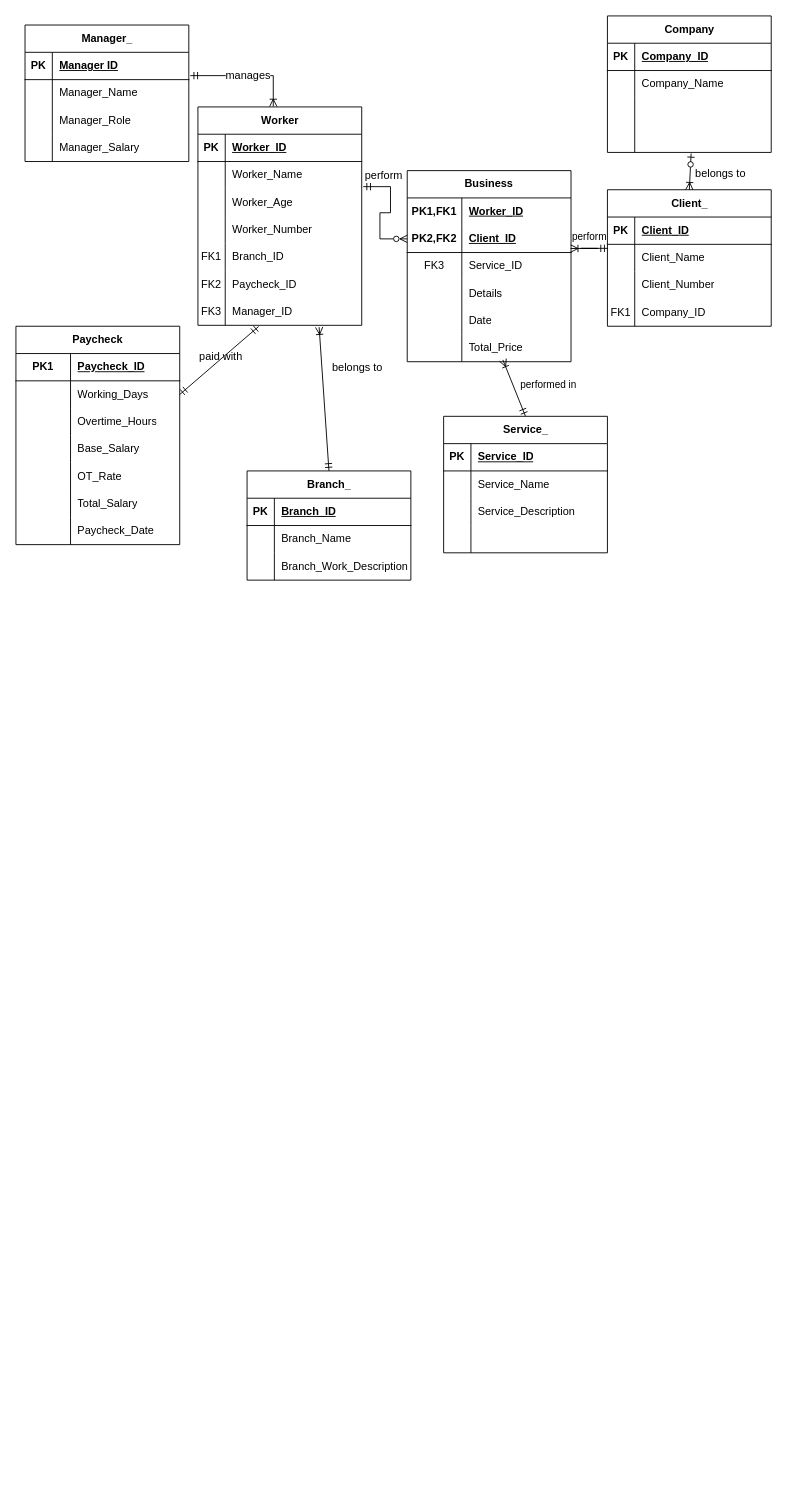
Before: wia2001assg.drawio in justn0thinghere/drawio, a draw.io diagram. Source tidied: cells renumbered, new cells numbered last; positions are measured from the earlier drawing's top-left corner, leaving out a move shared by most shapes. Both pictures are drawn from the tidied source at 91%, with x=0, y=0 at pixel (15, 15).
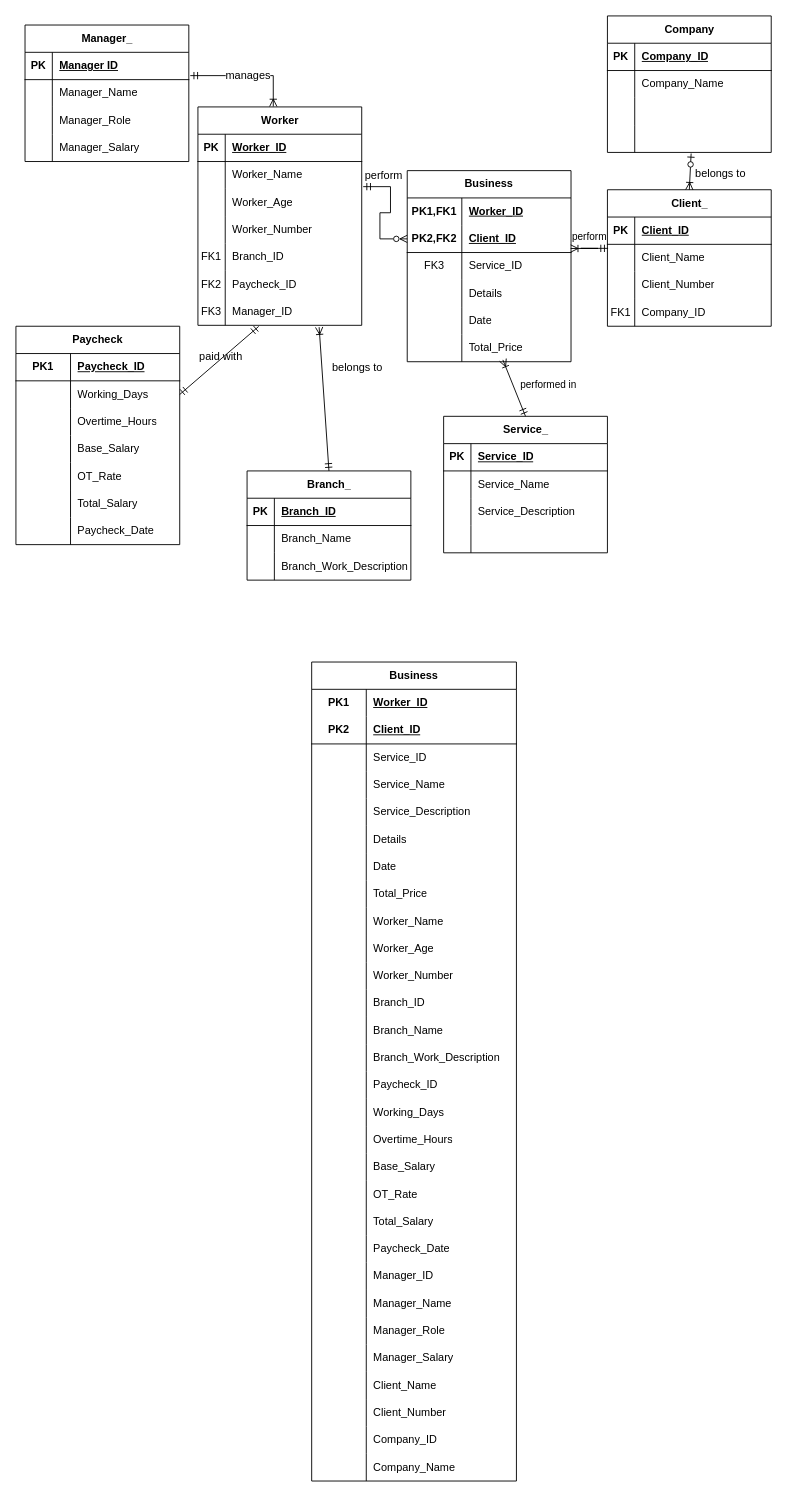
The same page after the edit.

Change to the diagram source:
```diff
@@
+    <mxCell id="140" value="Business" style="shape=table;startSize=30;childLayout=tableLayout;rowLines=0;fontStyle=1;align=center;html=1;whiteSpace=wrap;" parent="1" vertex="1">
+      <mxGeometry x="325" y="710" width="225" height="900" as="geometry" />
+    </mxCell>
+    <mxCell id="141" style="shape=tableRow;horizontal=0;startSize=0;swimlaneHead=0;swimlaneBody=0;fillColor=none;top=0;left=0;right=0;bottom=0;html=1;" parent="140" vertex="1">
+      <mxGeometry y="30" width="225" height="30" as="geometry" />
+    </mxCell>
+    <mxCell id="142" value="PK1" style="shape=partialRectangle;fillColor=none;top=0;left=0;bottom=0;right=0;fontStyle=1;overflow=hidden;html=1;whiteSpace=wrap;" parent="141" vertex="1">
+      <mxGeometry width="60" height="30" as="geometry" />
+    </mxCell>
+    <mxCell id="143" value="Worker_ID" style="shape=partialRectangle;fillColor=none;top=0;left=0;bottom=0;right=0;align=left;spacingLeft=6;fontStyle=5;overflow=hidden;html=1;whiteSpace=wrap;" parent="141" vertex="1">
+      <mxGeometry x="60" width="165" height="30" as="geometry" />
+    </mxCell>
+    <mxCell id="144" style="shape=tableRow;horizontal=0;startSize=0;swimlaneHead=0;swimlaneBody=0;fillColor=none;top=0;left=0;right=0;bottom=1;html=1;" parent="140" vertex="1">
+      <mxGeometry y="60" width="225" height="30" as="geometry" />
+    </mxCell>
+    <mxCell id="145" value="PK2" style="shape=partialRectangle;fillColor=none;top=0;left=0;bottom=0;right=0;fontStyle=1;overflow=hidden;html=1;whiteSpace=wrap;" parent="144" vertex="1">
+      <mxGeometry width="60" height="30" as="geometry" />
+    </mxCell>
+    <mxCell id="146" value="Client_ID" style="shape=partialRectangle;fillColor=none;top=0;left=0;bottom=0;right=0;align=left;spacingLeft=6;fontStyle=5;overflow=hidden;html=1;whiteSpace=wrap;" parent="144" vertex="1">
+      <mxGeometry x="60" width="165" height="30" as="geometry" />
+    </mxCell>
+    <mxCell id="147" style="shape=tableRow;horizontal=0;startSize=0;swimlaneHead=0;swimlaneBody=0;fillColor=none;top=0;left=0;right=0;bottom=0;html=1;" parent="140" vertex="1">
+      <mxGeometry y="90" width="225" height="30" as="geometry" />
+    </mxCell>
+    <mxCell id="148" style="shape=partialRectangle;fillColor=none;top=0;left=0;bottom=0;right=0;overflow=hidden;html=1;whiteSpace=wrap;" parent="147" vertex="1">
+      <mxGeometry width="60" height="30" as="geometry" />
+    </mxCell>
+    <mxCell id="149" value="Service_ID" style="shape=partialRectangle;fillColor=none;top=0;left=0;bottom=0;right=0;align=left;spacingLeft=6;overflow=hidden;html=1;whiteSpace=wrap;" parent="147" vertex="1">
+      <mxGeometry x="60" width="165" height="30" as="geometry" />
+    </mxCell>
+    <mxCell id="150" style="shape=tableRow;horizontal=0;startSize=0;swimlaneHead=0;swimlaneBody=0;fillColor=none;top=0;left=0;right=0;bottom=0;html=1;" parent="140" vertex="1">
+      <mxGeometry y="120" width="225" height="30" as="geometry" />
+    </mxCell>
+    <mxCell id="151" style="shape=partialRectangle;fillColor=none;top=0;left=0;bottom=0;right=0;overflow=hidden;html=1;whiteSpace=wrap;" parent="150" vertex="1">
+      <mxGeometry width="60" height="30" as="geometry" />
+    </mxCell>
+    <mxCell id="152" value="Service_Name" style="shape=partialRectangle;fillColor=none;top=0;left=0;bottom=0;right=0;align=left;spacingLeft=6;overflow=hidden;html=1;whiteSpace=wrap;" parent="150" vertex="1">
+      <mxGeometry x="60" width="165" height="30" as="geometry" />
+    </mxCell>
+    <mxCell id="153" style="shape=tableRow;horizontal=0;startSize=0;swimlaneHead=0;swimlaneBody=0;fillColor=none;top=0;left=0;right=0;bottom=0;html=1;" parent="140" vertex="1">
+      <mxGeometry y="150" width="225" height="30" as="geometry" />
+    </mxCell>
+    <mxCell id="154" style="shape=partialRectangle;fillColor=none;top=0;left=0;bottom=0;right=0;overflow=hidden;html=1;whiteSpace=wrap;" parent="153" vertex="1">
+      <mxGeometry width="60" height="30" as="geometry" />
+    </mxCell>
+    <mxCell id="155" value="Service_Description" style="shape=partialRectangle;fillColor=none;top=0;left=0;bottom=0;right=0;align=left;spacingLeft=6;overflow=hidden;html=1;whiteSpace=wrap;" parent="153" vertex="1">
+      <mxGeometry x="60" width="165" height="30" as="geometry" />
+    </mxCell>
+    <mxCell id="156" style="shape=tableRow;horizontal=0;startSize=0;swimlaneHead=0;swimlaneBody=0;fillColor=none;top=0;left=0;right=0;bottom=0;html=1;" parent="140" vertex="1">
+      <mxGeometry y="180" width="225" height="30" as="geometry" />
+    </mxCell>
+    <mxCell id="157" style="shape=partialRectangle;fillColor=none;top=0;left=0;bottom=0;right=0;overflow=hidden;html=1;whiteSpace=wrap;" parent="156" vertex="1">
+      <mxGeometry width="60" height="30" as="geometry" />
+    </mxCell>
+    <mxCell id="158" value="Details" style="shape=partialRectangle;fillColor=none;top=0;left=0;bottom=0;right=0;align=left;spacingLeft=6;overflow=hidden;html=1;whiteSpace=wrap;" parent="156" vertex="1">
+      <mxGeometry x="60" width="165" height="30" as="geometry" />
+    </mxCell>
+    <mxCell id="159" style="shape=tableRow;horizontal=0;startSize=0;swimlaneHead=0;swimlaneBody=0;fillColor=none;top=0;left=0;right=0;bottom=0;html=1;" parent="140" vertex="1">
+      <mxGeometry y="210" width="225" height="30" as="geometry" />
+    </mxCell>
+    <mxCell id="160" style="shape=partialRectangle;fillColor=none;top=0;left=0;bottom=0;right=0;overflow=hidden;html=1;whiteSpace=wrap;" parent="159" vertex="1">
+      <mxGeometry width="60" height="30" as="geometry" />
+    </mxCell>
+    <mxCell id="161" value="Date" style="shape=partialRectangle;fillColor=none;top=0;left=0;bottom=0;right=0;align=left;spacingLeft=6;overflow=hidden;html=1;whiteSpace=wrap;" parent="159" vertex="1">
+      <mxGeometry x="60" width="165" height="30" as="geometry" />
+    </mxCell>
+    <mxCell id="162" style="shape=tableRow;horizontal=0;startSize=0;swimlaneHead=0;swimlaneBody=0;fillColor=none;top=0;left=0;right=0;bottom=0;html=1;" parent="140" vertex="1">
+      <mxGeometry y="240" width="225" height="30" as="geometry" />
+    </mxCell>
+    <mxCell id="163" style="shape=partialRectangle;fillColor=none;top=0;left=0;bottom=0;right=0;overflow=hidden;html=1;whiteSpace=wrap;" parent="162" vertex="1">
+      <mxGeometry width="60" height="30" as="geometry" />
+    </mxCell>
+    <mxCell id="164" value="Total_Price" style="shape=partialRectangle;fillColor=none;top=0;left=0;bottom=0;right=0;align=left;spacingLeft=6;overflow=hidden;html=1;whiteSpace=wrap;" parent="162" vertex="1">
+      <mxGeometry x="60" width="165" height="30" as="geometry" />
+    </mxCell>
+    <mxCell id="165" style="shape=tableRow;horizontal=0;startSize=0;swimlaneHead=0;swimlaneBody=0;fillColor=none;top=0;left=0;right=0;bottom=0;html=1;" parent="140" vertex="1">
+      <mxGeometry y="270" width="225" height="30" as="geometry" />
+    </mxCell>
+    <mxCell id="166" style="shape=partialRectangle;fillColor=none;top=0;left=0;bottom=0;right=0;overflow=hidden;html=1;whiteSpace=wrap;" parent="165" vertex="1">
+      <mxGeometry width="60" height="30" as="geometry" />
+    </mxCell>
+    <mxCell id="167" value="Worker_Name" style="shape=partialRectangle;fillColor=none;top=0;left=0;bottom=0;right=0;align=left;spacingLeft=6;overflow=hidden;html=1;whiteSpace=wrap;" parent="165" vertex="1">
+      <mxGeometry x="60" width="165" height="30" as="geometry" />
+    </mxCell>
+    <mxCell id="168" style="shape=tableRow;horizontal=0;startSize=0;swimlaneHead=0;swimlaneBody=0;fillColor=none;top=0;left=0;right=0;bottom=0;html=1;" parent="140" vertex="1">
+      <mxGeometry y="300" width="225" height="30" as="geometry" />
+    </mxCell>
+    <mxCell id="169" style="shape=partialRectangle;fillColor=none;top=0;left=0;bottom=0;right=0;overflow=hidden;html=1;whiteSpace=wrap;" parent="168" vertex="1">
+      <mxGeometry width="60" height="30" as="geometry" />
+    </mxCell>
+    <mxCell id="170" value="Worker_Age" style="shape=partialRectangle;fillColor=none;top=0;left=0;bottom=0;right=0;align=left;spacingLeft=6;overflow=hidden;html=1;whiteSpace=wrap;" parent="168" vertex="1">
+      <mxGeometry x="60" width="165" height="30" as="geometry" />
+    </mxCell>
+    <mxCell id="171" style="shape=tableRow;horizontal=0;startSize=0;swimlaneHead=0;swimlaneBody=0;fillColor=none;top=0;left=0;right=0;bottom=0;html=1;" parent="140" vertex="1">
+      <mxGeometry y="330" width="225" height="30" as="geometry" />
+    </mxCell>
+    <mxCell id="172" style="shape=partialRectangle;fillColor=none;top=0;left=0;bottom=0;right=0;overflow=hidden;html=1;whiteSpace=wrap;" parent="171" vertex="1">
+      <mxGeometry width="60" height="30" as="geometry" />
+    </mxCell>
+    <mxCell id="173" value="Worker_Number" style="shape=partialRectangle;fillColor=none;top=0;left=0;bottom=0;right=0;align=left;spacingLeft=6;overflow=hidden;html=1;whiteSpace=wrap;" parent="171" vertex="1">
+      <mxGeometry x="60" width="165" height="30" as="geometry" />
+    </mxCell>
+    <mxCell id="174" style="shape=tableRow;horizontal=0;startSize=0;swimlaneHead=0;swimlaneBody=0;fillColor=none;top=0;left=0;right=0;bottom=0;html=1;" parent="140" vertex="1">
+      <mxGeometry y="360" width="225" height="30" as="geometry" />
+    </mxCell>
+    <mxCell id="175" style="shape=partialRectangle;fillColor=none;top=0;left=0;bottom=0;right=0;overflow=hidden;html=1;whiteSpace=wrap;" parent="174" vertex="1">
+      <mxGeometry width="60" height="30" as="geometry" />
+    </mxCell>
+    <mxCell id="176" value="Branch_ID" style="shape=partialRectangle;fillColor=none;top=0;left=0;bottom=0;right=0;align=left;spacingLeft=6;overflow=hidden;html=1;whiteSpace=wrap;" parent="174" vertex="1">
+      <mxGeometry x="60" width="165" height="30" as="geometry" />
+    </mxCell>
+    <mxCell id="177" style="shape=tableRow;horizontal=0;startSize=0;swimlaneHead=0;swimlaneBody=0;fillColor=none;top=0;left=0;right=0;bottom=0;html=1;" parent="140" vertex="1">
+      <mxGeometry y="390" width="225" height="30" as="geometry" />
+    </mxCell>
+    <mxCell id="178" style="shape=partialRectangle;fillColor=none;top=0;left=0;bottom=0;right=0;overflow=hidden;html=1;whiteSpace=wrap;" parent="177" vertex="1">
+      <mxGeometry width="60" height="30" as="geometry" />
+    </mxCell>
+    <mxCell id="179" value="Branch_Name" style="shape=partialRectangle;fillColor=none;top=0;left=0;bottom=0;right=0;align=left;spacingLeft=6;overflow=hidden;html=1;whiteSpace=wrap;" parent="177" vertex="1">
+      <mxGeometry x="60" width="165" height="30" as="geometry" />
+    </mxCell>
+    <mxCell id="180" style="shape=tableRow;horizontal=0;startSize=0;swimlaneHead=0;swimlaneBody=0;fillColor=none;top=0;left=0;right=0;bottom=0;html=1;" parent="140" vertex="1">
+      <mxGeometry y="420" width="225" height="30" as="geometry" />
+    </mxCell>
+    <mxCell id="181" style="shape=partialRectangle;fillColor=none;top=0;left=0;bottom=0;right=0;overflow=hidden;html=1;whiteSpace=wrap;" parent="180" vertex="1">
+      <mxGeometry width="60" height="30" as="geometry" />
+    </mxCell>
+    <mxCell id="182" value="Branch_Work_Description" style="shape=partialRectangle;fillColor=none;top=0;left=0;bottom=0;right=0;align=left;spacingLeft=6;overflow=hidden;html=1;whiteSpace=wrap;" parent="180" vertex="1">
+      <mxGeometry x="60" width="165" height="30" as="geometry" />
+    </mxCell>
+    <mxCell id="183" style="shape=tableRow;horizontal=0;startSize=0;swimlaneHead=0;swimlaneBody=0;fillColor=none;top=0;left=0;right=0;bottom=0;html=1;" parent="140" vertex="1">
+      <mxGeometry y="450" width="225" height="30" as="geometry" />
+    </mxCell>
+    <mxCell id="184" style="shape=partialRectangle;fillColor=none;top=0;left=0;bottom=0;right=0;overflow=hidden;html=1;whiteSpace=wrap;" parent="183" vertex="1">
+      <mxGeometry width="60" height="30" as="geometry" />
+    </mxCell>
+    <mxCell id="185" value="Paycheck_ID" style="shape=partialRectangle;fillColor=none;top=0;left=0;bottom=0;right=0;align=left;spacingLeft=6;overflow=hidden;html=1;whiteSpace=wrap;" parent="183" vertex="1">
+      <mxGeometry x="60" width="165" height="30" as="geometry" />
+    </mxCell>
+    <mxCell id="186" style="shape=tableRow;horizontal=0;startSize=0;swimlaneHead=0;swimlaneBody=0;fillColor=none;top=0;left=0;right=0;bottom=0;html=1;" parent="140" vertex="1">
+      <mxGeometry y="480" width="225" height="30" as="geometry" />
+    </mxCell>
+    <mxCell id="187" style="shape=partialRectangle;fillColor=none;top=0;left=0;bottom=0;right=0;overflow=hidden;html=1;whiteSpace=wrap;" parent="186" vertex="1">
+      <mxGeometry width="60" height="30" as="geometry" />
+    </mxCell>
+    <mxCell id="188" value="Working_Days" style="shape=partialRectangle;fillColor=none;top=0;left=0;bottom=0;right=0;align=left;spacingLeft=6;overflow=hidden;html=1;whiteSpace=wrap;" parent="186" vertex="1">
+      <mxGeometry x="60" width="165" height="30" as="geometry" />
+    </mxCell>
+    <mxCell id="189" style="shape=tableRow;horizontal=0;startSize=0;swimlaneHead=0;swimlaneBody=0;fillColor=none;top=0;left=0;right=0;bottom=0;html=1;" parent="140" vertex="1">
+      <mxGeometry y="510" width="225" height="30" as="geometry" />
+    </mxCell>
+    <mxCell id="190" style="shape=partialRectangle;fillColor=none;top=0;left=0;bottom=0;right=0;overflow=hidden;html=1;whiteSpace=wrap;" parent="189" vertex="1">
+      <mxGeometry width="60" height="30" as="geometry" />
+    </mxCell>
+    <mxCell id="191" value="Overtime_Hours" style="shape=partialRectangle;fillColor=none;top=0;left=0;bottom=0;right=0;align=left;spacingLeft=6;overflow=hidden;html=1;whiteSpace=wrap;" parent="189" vertex="1">
+      <mxGeometry x="60" width="165" height="30" as="geometry" />
+    </mxCell>
+    <mxCell id="192" style="shape=tableRow;horizontal=0;startSize=0;swimlaneHead=0;swimlaneBody=0;fillColor=none;top=0;left=0;right=0;bottom=0;html=1;" parent="140" vertex="1">
+      <mxGeometry y="540" width="225" height="30" as="geometry" />
+    </mxCell>
+    <mxCell id="193" style="shape=partialRectangle;fillColor=none;top=0;left=0;bottom=0;right=0;overflow=hidden;html=1;whiteSpace=wrap;" parent="192" vertex="1">
+      <mxGeometry width="60" height="30" as="geometry" />
+    </mxCell>
+    <mxCell id="194" value="Base_Salary" style="shape=partialRectangle;fillColor=none;top=0;left=0;bottom=0;right=0;align=left;spacingLeft=6;overflow=hidden;html=1;whiteSpace=wrap;" parent="192" vertex="1">
+      <mxGeometry x="60" width="165" height="30" as="geometry" />
+    </mxCell>
+    <mxCell id="195" style="shape=tableRow;horizontal=0;startSize=0;swimlaneHead=0;swimlaneBody=0;fillColor=none;top=0;left=0;right=0;bottom=0;html=1;" parent="140" vertex="1">
+      <mxGeometry y="570" width="225" height="30" as="geometry" />
+    </mxCell>
+    <mxCell id="196" style="shape=partialRectangle;fillColor=none;top=0;left=0;bottom=0;right=0;overflow=hidden;html=1;whiteSpace=wrap;" parent="195" vertex="1">
+      <mxGeometry width="60" height="30" as="geometry" />
+    </mxCell>
+    <mxCell id="197" value="OT_Rate" style="shape=partialRectangle;fillColor=none;top=0;left=0;bottom=0;right=0;align=left;spacingLeft=6;overflow=hidden;html=1;whiteSpace=wrap;" parent="195" vertex="1">
+      <mxGeometry x="60" width="165" height="30" as="geometry" />
+    </mxCell>
+    <mxCell id="198" style="shape=tableRow;horizontal=0;startSize=0;swimlaneHead=0;swimlaneBody=0;fillColor=none;top=0;left=0;right=0;bottom=0;html=1;" parent="140" vertex="1">
+      <mxGeometry y="600" width="225" height="30" as="geometry" />
+    </mxCell>
+    <mxCell id="199" style="shape=partialRectangle;fillColor=none;top=0;left=0;bottom=0;right=0;overflow=hidden;html=1;whiteSpace=wrap;" parent="198" vertex="1">
+      <mxGeometry width="60" height="30" as="geometry" />
+    </mxCell>
+    <mxCell id="200" value="Total_Salary" style="shape=partialRectangle;fillColor=none;top=0;left=0;bottom=0;right=0;align=left;spacingLeft=6;overflow=hidden;html=1;whiteSpace=wrap;" parent="198" vertex="1">
+      <mxGeometry x="60" width="165" height="30" as="geometry" />
+    </mxCell>
+    <mxCell id="201" style="shape=tableRow;horizontal=0;startSize=0;swimlaneHead=0;swimlaneBody=0;fillColor=none;top=0;left=0;right=0;bottom=0;html=1;" parent="140" vertex="1">
+      <mxGeometry y="630" width="225" height="30" as="geometry" />
+    </mxCell>
+    <mxCell id="202" style="shape=partialRectangle;fillColor=none;top=0;left=0;bottom=0;right=0;overflow=hidden;html=1;whiteSpace=wrap;" parent="201" vertex="1">
+      <mxGeometry width="60" height="30" as="geometry" />
+    </mxCell>
+    <mxCell id="203" value="Paycheck_Date" style="shape=partialRectangle;fillColor=none;top=0;left=0;bottom=0;right=0;align=left;spacingLeft=6;overflow=hidden;html=1;whiteSpace=wrap;" parent="201" vertex="1">
+      <mxGeometry x="60" width="165" height="30" as="geometry" />
+    </mxCell>
+    <mxCell id="204" style="shape=tableRow;horizontal=0;startSize=0;swimlaneHead=0;swimlaneBody=0;fillColor=none;top=0;left=0;right=0;bottom=0;html=1;" parent="140" vertex="1">
+      <mxGeometry y="660" width="225" height="30" as="geometry" />
+    </mxCell>
+    <mxCell id="205" style="shape=partialRectangle;fillColor=none;top=0;left=0;bottom=0;right=0;overflow=hidden;html=1;whiteSpace=wrap;" parent="204" vertex="1">
+      <mxGeometry width="60" height="30" as="geometry" />
+    </mxCell>
+    <mxCell id="206" value="Manager_ID" style="shape=partialRectangle;fillColor=none;top=0;left=0;bottom=0;right=0;align=left;spacingLeft=6;overflow=hidden;html=1;whiteSpace=wrap;" parent="204" vertex="1">
+      <mxGeometry x="60" width="165" height="30" as="geometry" />
+    </mxCell>
+    <mxCell id="207" style="shape=tableRow;horizontal=0;startSize=0;swimlaneHead=0;swimlaneBody=0;fillColor=none;top=0;left=0;right=0;bottom=0;html=1;" parent="140" vertex="1">
+      <mxGeometry y="690" width="225" height="30" as="geometry" />
+    </mxCell>
+    <mxCell id="208" style="shape=partialRectangle;fillColor=none;top=0;left=0;bottom=0;right=0;overflow=hidden;html=1;whiteSpace=wrap;" parent="207" vertex="1">
+      <mxGeometry width="60" height="30" as="geometry" />
+    </mxCell>
+    <mxCell id="209" value="Manager_Name" style="shape=partialRectangle;fillColor=none;top=0;left=0;bottom=0;right=0;align=left;spacingLeft=6;overflow=hidden;html=1;whiteSpace=wrap;" parent="207" vertex="1">
+      <mxGeometry x="60" width="165" height="30" as="geometry" />
+    </mxCell>
+    <mxCell id="210" style="shape=tableRow;horizontal=0;startSize=0;swimlaneHead=0;swimlaneBody=0;fillColor=none;top=0;left=0;right=0;bottom=0;html=1;" parent="140" vertex="1">
+      <mxGeometry y="720" width="225" height="30" as="geometry" />
+    </mxCell>
+    <mxCell id="211" style="shape=partialRectangle;fillColor=none;top=0;left=0;bottom=0;right=0;overflow=hidden;html=1;whiteSpace=wrap;" parent="210" vertex="1">
+      <mxGeometry width="60" height="30" as="geometry" />
+    </mxCell>
+    <mxCell id="212" value="Manager_Role" style="shape=partialRectangle;fillColor=none;top=0;left=0;bottom=0;right=0;align=left;spacingLeft=6;overflow=hidden;html=1;whiteSpace=wrap;" parent="210" vertex="1">
+      <mxGeometry x="60" width="165" height="30" as="geometry" />
+    </mxCell>
+    <mxCell id="213" style="shape=tableRow;horizontal=0;startSize=0;swimlaneHead=0;swimlaneBody=0;fillColor=none;top=0;left=0;right=0;bottom=0;html=1;" parent="140" vertex="1">
+      <mxGeometry y="750" width="225" height="30" as="geometry" />
+    </mxCell>
+    <mxCell id="214" style="shape=partialRectangle;fillColor=none;top=0;left=0;bottom=0;right=0;overflow=hidden;html=1;whiteSpace=wrap;" parent="213" vertex="1">
+      <mxGeometry width="60" height="30" as="geometry" />
+    </mxCell>
+    <mxCell id="215" value="Manager_Salary" style="shape=partialRectangle;fillColor=none;top=0;left=0;bottom=0;right=0;align=left;spacingLeft=6;overflow=hidden;html=1;whiteSpace=wrap;" parent="213" vertex="1">
+      <mxGeometry x="60" width="165" height="30" as="geometry" />
+    </mxCell>
+    <mxCell id="216" style="shape=tableRow;horizontal=0;startSize=0;swimlaneHead=0;swimlaneBody=0;fillColor=none;top=0;left=0;right=0;bottom=0;html=1;" parent="140" vertex="1">
+      <mxGeometry y="780" width="225" height="30" as="geometry" />
+    </mxCell>
+    <mxCell id="217" style="shape=partialRectangle;fillColor=none;top=0;left=0;bottom=0;right=0;overflow=hidden;html=1;whiteSpace=wrap;" parent="216" vertex="1">
+      <mxGeometry width="60" height="30" as="geometry" />
+    </mxCell>
+    <mxCell id="218" value="Client_Name" style="shape=partialRectangle;fillColor=none;top=0;left=0;bottom=0;right=0;align=left;spacingLeft=6;overflow=hidden;html=1;whiteSpace=wrap;" parent="216" vertex="1">
+      <mxGeometry x="60" width="165" height="30" as="geometry" />
+    </mxCell>
+    <mxCell id="219" style="shape=tableRow;horizontal=0;startSize=0;swimlaneHead=0;swimlaneBody=0;fillColor=none;top=0;left=0;right=0;bottom=0;html=1;" parent="140" vertex="1">
+      <mxGeometry y="810" width="225" height="30" as="geometry" />
+    </mxCell>
+    <mxCell id="220" style="shape=partialRectangle;fillColor=none;top=0;left=0;bottom=0;right=0;overflow=hidden;html=1;whiteSpace=wrap;" parent="219" vertex="1">
+      <mxGeometry width="60" height="30" as="geometry" />
+    </mxCell>
+    <mxCell id="221" value="Client_Number" style="shape=partialRectangle;fillColor=none;top=0;left=0;bottom=0;right=0;align=left;spacingLeft=6;overflow=hidden;html=1;whiteSpace=wrap;" parent="219" vertex="1">
+      <mxGeometry x="60" width="165" height="30" as="geometry" />
+    </mxCell>
+    <mxCell id="222" style="shape=tableRow;horizontal=0;startSize=0;swimlaneHead=0;swimlaneBody=0;fillColor=none;top=0;left=0;right=0;bottom=0;html=1;" parent="140" vertex="1">
+      <mxGeometry y="840" width="225" height="30" as="geometry" />
+    </mxCell>
+    <mxCell id="223" style="shape=partialRectangle;fillColor=none;top=0;left=0;bottom=0;right=0;overflow=hidden;html=1;whiteSpace=wrap;" parent="222" vertex="1">
+      <mxGeometry width="60" height="30" as="geometry" />
+    </mxCell>
+    <mxCell id="224" value="Company_ID" style="shape=partialRectangle;fillColor=none;top=0;left=0;bottom=0;right=0;align=left;spacingLeft=6;overflow=hidden;html=1;whiteSpace=wrap;" parent="222" vertex="1">
+      <mxGeometry x="60" width="165" height="30" as="geometry" />
+    </mxCell>
+    <mxCell id="225" style="shape=tableRow;horizontal=0;startSize=0;swimlaneHead=0;swimlaneBody=0;fillColor=none;top=0;left=0;right=0;bottom=0;html=1;" parent="140" vertex="1">
+      <mxGeometry y="870" width="225" height="30" as="geometry" />
+    </mxCell>
+    <mxCell id="226" style="shape=partialRectangle;fillColor=none;top=0;left=0;bottom=0;right=0;overflow=hidden;html=1;whiteSpace=wrap;" parent="225" vertex="1">
+      <mxGeometry width="60" height="30" as="geometry" />
+    </mxCell>
+    <mxCell id="227" value="Company_Name" style="shape=partialRectangle;fillColor=none;top=0;left=0;bottom=0;right=0;align=left;spacingLeft=6;overflow=hidden;html=1;whiteSpace=wrap;" parent="225" vertex="1">
+      <mxGeometry x="60" width="165" height="30" as="geometry" />
+    </mxCell>
```
